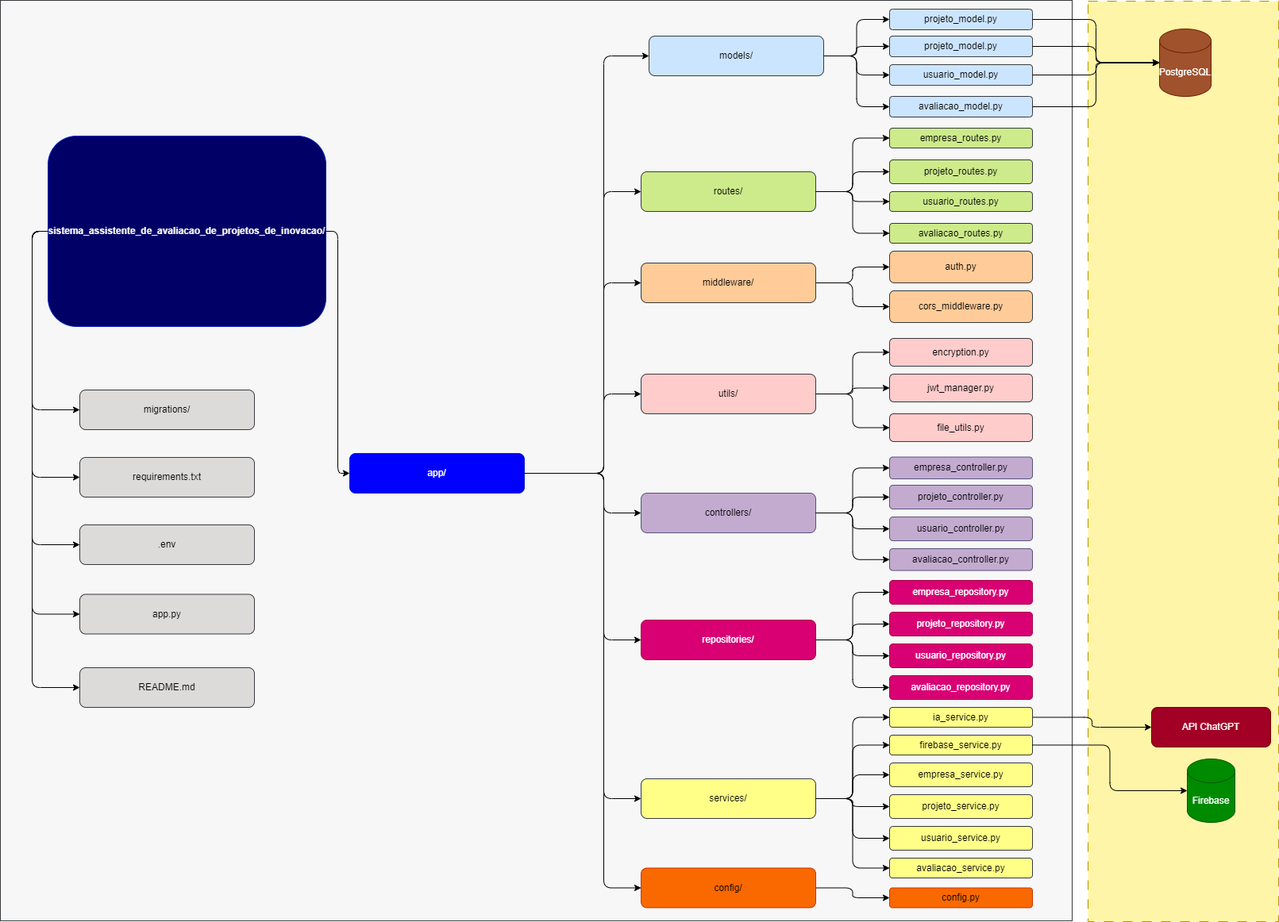
chat-softex/.github keeps this draw.io diagram as profile/diagrama_arquitetura_software_gestao_projetos_inovacao.png. Above is the earlier version. Source tidied: cells renumbered, new cells last; positions are measured from the earlier drawing's top-left corner, leaving out a move shared by most shapes.
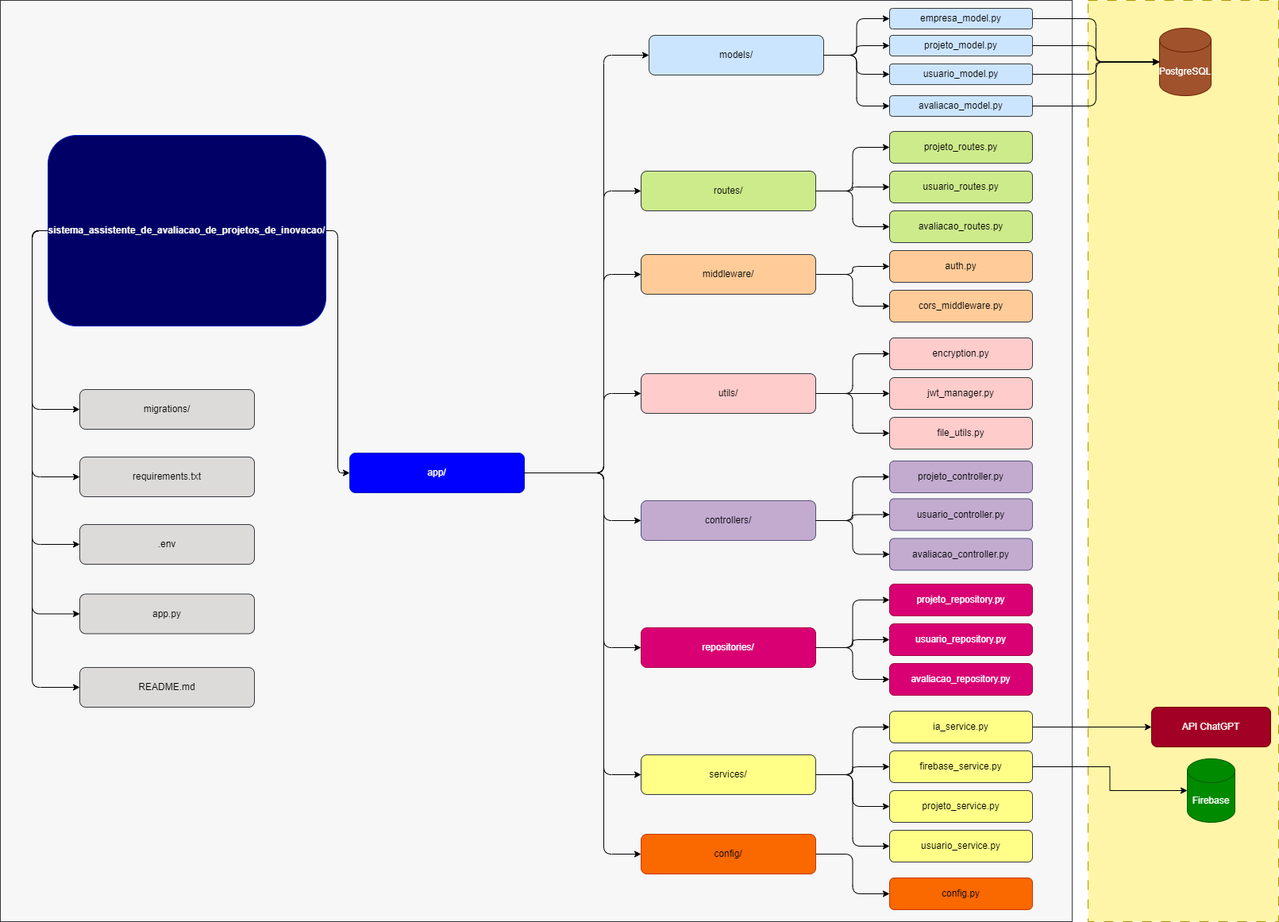
After the commit.

The edit, as a diff of the source:
```diff
@@ -6,7 +6,7 @@
       <mxGeometry x="1370" y="1" width="240" height="1160" as="geometry" />
     </mxCell>
     <mxCell id="3" style="rounded=0;whiteSpace=wrap;html=1;fillColor=#f7f7f7;strokeColor=#36393d;" parent="1" vertex="1">
-      <mxGeometry width="1350" height="1160" as="geometry" />
+      <mxGeometry y="1" width="1350" height="1160" as="geometry" />
     </mxCell>
     <mxCell id="4" style="edgeStyle=orthogonalEdgeStyle;rounded=1;jettySize=auto;html=1;entryX=0;entryY=0.5;entryDx=0;entryDy=0;exitX=0;exitY=0.5;exitDx=0;exitDy=0;curved=0;" parent="1" edge="1" source="9" target="70">
       <mxGeometry relative="1" as="geometry" />
@@ -30,7 +30,7 @@
       <mxGeometry relative="1" as="geometry">
         <Array as="points">
           <mxPoint x="760" y="596" />
-          <mxPoint x="760" y="806" />
+          <mxPoint x="760" y="816" />
         </Array>
       </mxGeometry>
     </mxCell>
@@ -46,9 +46,6 @@
     <mxCell id="14" value="models/" style="rounded=1;whiteSpace=wrap;html=1;fillColor=#cce5ff;strokeColor=#36393d;" parent="1" vertex="1">
       <mxGeometry x="817" y="45" width="220" height="50" as="geometry" />
     </mxCell>
-    <mxCell id="15" style="edgeStyle=orthogonalEdgeStyle;rounded=1;jettySize=auto;html=1;entryX=0;entryY=0.5;entryDx=0;entryDy=0;curved=0;" parent="1" edge="1" source="16" target="94">
-      <mxGeometry relative="1" as="geometry" />
-    </mxCell>
     <mxCell id="16" value="routes/" style="rounded=1;whiteSpace=wrap;html=1;fillColor=#cdeb8b;strokeColor=#36393d;" parent="1" vertex="1">
       <mxGeometry x="807" y="216" width="220" height="50" as="geometry" />
     </mxCell>
@@ -59,31 +56,22 @@
       <mxGeometry relative="1" as="geometry" />
     </mxCell>
     <mxCell id="19" value="middleware/" style="rounded=1;whiteSpace=wrap;html=1;fillColor=#ffcc99;strokeColor=#36393d;" parent="1" vertex="1">
-      <mxGeometry x="807" y="331" width="220" height="50" as="geometry" />
+      <mxGeometry x="807" y="321" width="220" height="50" as="geometry" />
     </mxCell>
     <mxCell id="20" value="utils/" style="rounded=1;whiteSpace=wrap;html=1;fillColor=#ffcccc;strokeColor=#36393d;" parent="1" vertex="1">
       <mxGeometry x="807" y="471" width="220" height="50" as="geometry" />
     </mxCell>
-    <mxCell id="21" style="edgeStyle=orthogonalEdgeStyle;rounded=1;jettySize=auto;html=1;entryX=0;entryY=0.5;entryDx=0;entryDy=0;curved=0;" parent="1" edge="1" source="22" target="95">
-      <mxGeometry relative="1" as="geometry" />
-    </mxCell>
     <mxCell id="22" value="controllers/" style="rounded=1;whiteSpace=wrap;html=1;fillColor=#C3ABD0;strokeColor=#56517e;" parent="1" vertex="1">
-      <mxGeometry x="807" y="621" width="220" height="50" as="geometry" />
+      <mxGeometry x="807" y="631" width="220" height="50" as="geometry" />
     </mxCell>
-    <mxCell id="23" style="edgeStyle=orthogonalEdgeStyle;rounded=1;jettySize=auto;html=1;curved=0;" parent="1" edge="1" source="25" target="98">
-      <mxGeometry relative="1" as="geometry" />
-    </mxCell>
-    <mxCell id="24" style="edgeStyle=orthogonalEdgeStyle;rounded=1;jettySize=auto;html=1;entryX=0;entryY=0.5;entryDx=0;entryDy=0;curved=0;" parent="1" edge="1" source="25" target="97">
-      <mxGeometry relative="1" as="geometry" />
-    </mxCell>
     <mxCell id="25" value="services/" style="rounded=1;whiteSpace=wrap;html=1;fillColor=#ffff88;strokeColor=#36393d;" parent="1" vertex="1">
-      <mxGeometry x="807" y="981" width="220" height="50" as="geometry" />
+      <mxGeometry x="807" y="951" width="220" height="50" as="geometry" />
     </mxCell>
     <mxCell id="26" style="edgeStyle=orthogonalEdgeStyle;rounded=1;jettySize=auto;html=1;entryX=0;entryY=0.5;entryDx=0;entryDy=0;curved=0;" parent="1" edge="1" source="27" target="84">
       <mxGeometry relative="1" as="geometry" />
     </mxCell>
     <mxCell id="27" value="config/" style="rounded=1;whiteSpace=wrap;html=1;fillColor=#fa6800;strokeColor=#C73500;fontColor=#000000;" parent="1" vertex="1">
-      <mxGeometry x="807" y="1093.5" width="220" height="50" as="geometry" />
+      <mxGeometry x="807" y="1051" width="220" height="50" as="geometry" />
     </mxCell>
     <mxCell id="28" style="edgeStyle=orthogonalEdgeStyle;rounded=1;exitX=1;exitY=0.5;entryX=0;entryY=0.5;" parent="1" edge="1" source="11" target="14">
       <mxGeometry relative="1" as="geometry">
@@ -105,7 +93,7 @@
       <mxGeometry relative="1" as="geometry">
         <Array as="points">
           <mxPoint x="760" y="596" />
-          <mxPoint x="760" y="356" />
+          <mxPoint x="760" y="346" />
         </Array>
       </mxGeometry>
     </mxCell>
@@ -121,7 +109,7 @@
       <mxGeometry relative="1" as="geometry">
         <Array as="points">
           <mxPoint x="760" y="596" />
-          <mxPoint x="760" y="646" />
+          <mxPoint x="760" y="656" />
         </Array>
       </mxGeometry>
     </mxCell>
@@ -129,7 +117,7 @@
       <mxGeometry relative="1" as="geometry">
         <Array as="points">
           <mxPoint x="760" y="596" />
-          <mxPoint x="760" y="1006" />
+          <mxPoint x="760" y="976" />
         </Array>
       </mxGeometry>
     </mxCell>
@@ -137,7 +125,7 @@
       <mxGeometry relative="1" as="geometry">
         <Array as="points">
           <mxPoint x="760" y="596" />
-          <mxPoint x="760" y="1119" />
+          <mxPoint x="760" y="1076" />
         </Array>
       </mxGeometry>
     </mxCell>
@@ -160,13 +148,13 @@
       <mxGeometry relative="1" as="geometry" />
     </mxCell>
     <mxCell id="41" value="projeto_routes.py" style="rounded=1;whiteSpace=wrap;html=1;fillColor=#cdeb8b;strokeColor=#36393d;" parent="1" vertex="1">
-      <mxGeometry x="1120" y="201" width="180" height="30" as="geometry" />
+      <mxGeometry x="1120" y="166" width="180" height="40" as="geometry" />
     </mxCell>
     <mxCell id="42" value="usuario_routes.py" style="rounded=1;whiteSpace=wrap;html=1;fillColor=#cdeb8b;strokeColor=#36393d;" parent="1" vertex="1">
-      <mxGeometry x="1120" y="241" width="180" height="25" as="geometry" />
+      <mxGeometry x="1120" y="216" width="180" height="40" as="geometry" />
     </mxCell>
     <mxCell id="43" value="avaliacao_routes.py" style="rounded=1;whiteSpace=wrap;html=1;fillColor=#cdeb8b;strokeColor=#36393d;" parent="1" vertex="1">
-      <mxGeometry x="1120" y="281" width="180" height="25" as="geometry" />
+      <mxGeometry x="1120" y="266" width="180" height="40" as="geometry" />
     </mxCell>
     <mxCell id="44" style="edgeStyle=orthogonalEdgeStyle;rounded=1;exitX=1;exitY=0.5;entryX=0;entryY=0.5;" parent="1" edge="1" source="16" target="41">
       <mxGeometry relative="1" as="geometry" />
@@ -184,13 +172,13 @@
       <mxGeometry relative="1" as="geometry" />
     </mxCell>
     <mxCell id="49" value="encryption.py" style="rounded=1;whiteSpace=wrap;html=1;fillColor=#ffcccc;strokeColor=#36393d;" parent="1" vertex="1">
-      <mxGeometry x="1120" y="426" width="180" height="35" as="geometry" />
+      <mxGeometry x="1120" y="426" width="180" height="40" as="geometry" />
     </mxCell>
     <mxCell id="50" value="jwt_manager.py" style="rounded=1;whiteSpace=wrap;html=1;fillColor=#ffcccc;strokeColor=#36393d;" parent="1" vertex="1">
-      <mxGeometry x="1120" y="471" width="180" height="35" as="geometry" />
+      <mxGeometry x="1120" y="476" width="180" height="40" as="geometry" />
     </mxCell>
     <mxCell id="51" value="file_utils.py" style="rounded=1;whiteSpace=wrap;html=1;fillColor=#ffcccc;strokeColor=#36393d;" parent="1" vertex="1">
-      <mxGeometry x="1120" y="521" width="180" height="35" as="geometry" />
+      <mxGeometry x="1120" y="526" width="180" height="40" as="geometry" />
     </mxCell>
     <mxCell id="52" style="edgeStyle=orthogonalEdgeStyle;rounded=1;exitX=1;exitY=0.5;entryX=0;entryY=0.5;" parent="1" edge="1" source="20" target="49">
       <mxGeometry relative="1" as="geometry" />
@@ -202,13 +190,13 @@
       <mxGeometry relative="1" as="geometry" />
     </mxCell>
     <mxCell id="55" value="projeto_controller.py" style="rounded=1;whiteSpace=wrap;html=1;fillColor=#C3ABD0;strokeColor=#56517e;" parent="1" vertex="1">
-      <mxGeometry x="1120" y="611" width="180" height="30" as="geometry" />
+      <mxGeometry x="1120" y="581" width="180" height="40" as="geometry" />
     </mxCell>
     <mxCell id="56" value="usuario_controller.py" style="rounded=1;whiteSpace=wrap;html=1;fillColor=#C3ABD0;strokeColor=#56517e;" parent="1" vertex="1">
-      <mxGeometry x="1120" y="651" width="180" height="30" as="geometry" />
+      <mxGeometry x="1120" y="628.5" width="180" height="40" as="geometry" />
     </mxCell>
     <mxCell id="57" value="avaliacao_controller.py" style="rounded=1;whiteSpace=wrap;html=1;fillColor=#C3ABD0;strokeColor=#56517e;" parent="1" vertex="1">
-      <mxGeometry x="1120" y="691" width="180" height="27.5" as="geometry" />
+      <mxGeometry x="1120" y="678.5" width="180" height="40" as="geometry" />
     </mxCell>
     <mxCell id="58" style="edgeStyle=orthogonalEdgeStyle;rounded=1;exitX=1;exitY=0.5;entryX=0;entryY=0.5;" parent="1" edge="1" source="22" target="55">
       <mxGeometry relative="1" as="geometry" />
@@ -219,20 +207,20 @@
     <mxCell id="60" style="edgeStyle=orthogonalEdgeStyle;rounded=1;exitX=1;exitY=0.5;entryX=0;entryY=0.5;" parent="1" edge="1" source="22" target="57">
       <mxGeometry relative="1" as="geometry" />
     </mxCell>
-    <mxCell id="61" style="edgeStyle=orthogonalEdgeStyle;rounded=1;jettySize=auto;html=1;entryX=0;entryY=0.5;entryDx=0;entryDy=0;curved=0;" parent="1" edge="1" source="62" target="85">
+    <mxCell id="61" style="edgeStyle=orthogonalEdgeStyle;rounded=0;jettySize=auto;html=1;entryX=0;entryY=0.5;entryDx=0;entryDy=0;" parent="1" edge="1" source="62" target="85">
       <mxGeometry relative="1" as="geometry" />
     </mxCell>
     <mxCell id="62" value="ia_service.py" style="rounded=1;whiteSpace=wrap;html=1;fillColor=#ffff88;strokeColor=#36393d;" parent="1" vertex="1">
-      <mxGeometry x="1120" y="891" width="180" height="25" as="geometry" />
+      <mxGeometry x="1120" y="896" width="180" height="40" as="geometry" />
     </mxCell>
     <mxCell id="63" value="firebase_service.py" style="rounded=1;whiteSpace=wrap;html=1;fillColor=#ffff88;strokeColor=#36393d;" parent="1" vertex="1">
-      <mxGeometry x="1120" y="926" width="180" height="25" as="geometry" />
+      <mxGeometry x="1120" y="946" width="180" height="40" as="geometry" />
     </mxCell>
-    <mxCell id="64" value="usuario_service.py" style="rounded=1;whiteSpace=wrap;html=1;fillColor=#ffff88;strokeColor=#36393d;" parent="1" vertex="1">
-      <mxGeometry x="1120" y="1041" width="180" height="30" as="geometry" />
+    <mxCell id="64" value="projeto_service.py" style="rounded=1;whiteSpace=wrap;html=1;fillColor=#ffff88;strokeColor=#36393d;" parent="1" vertex="1">
+      <mxGeometry x="1120" y="996" width="180" height="40" as="geometry" />
     </mxCell>
-    <mxCell id="65" value="avaliacao_service.py" style="rounded=1;whiteSpace=wrap;html=1;fillColor=#ffff88;strokeColor=#36393d;" parent="1" vertex="1">
-      <mxGeometry x="1120" y="1081" width="180" height="25" as="geometry" />
+    <mxCell id="65" value="usuario_service.py" style="rounded=1;whiteSpace=wrap;html=1;fillColor=#ffff88;strokeColor=#36393d;" parent="1" vertex="1">
+      <mxGeometry x="1120" y="1046" width="180" height="40" as="geometry" />
     </mxCell>
     <mxCell id="66" style="edgeStyle=orthogonalEdgeStyle;rounded=1;exitX=1;exitY=0.5;entryX=0;entryY=0.5;" parent="1" edge="1" source="25" target="62">
       <mxGeometry relative="1" as="geometry" />
@@ -261,20 +249,17 @@
     <mxCell id="74" value="README.md" style="rounded=1;whiteSpace=wrap;html=1;fillColor=#DDDADA;strokeColor=#36393d;" parent="1" vertex="1">
       <mxGeometry x="100" y="841" width="220" height="50" as="geometry" />
     </mxCell>
-    <mxCell id="75" style="edgeStyle=orthogonalEdgeStyle;rounded=1;jettySize=auto;html=1;entryX=0;entryY=0.5;entryDx=0;entryDy=0;curved=0;" parent="1" edge="1" source="76" target="96">
-      <mxGeometry relative="1" as="geometry" />
-    </mxCell>
     <mxCell id="76" value="repositories/" style="rounded=1;whiteSpace=wrap;html=1;fillColor=#d80073;strokeColor=#A50040;fontColor=#ffffff;" parent="1" vertex="1">
-      <mxGeometry x="807" y="781" width="220" height="50" as="geometry" />
+      <mxGeometry x="807" y="791" width="220" height="50" as="geometry" />
     </mxCell>
     <mxCell id="77" value="projeto_repository.py" style="rounded=1;whiteSpace=wrap;html=1;fillColor=#d80073;strokeColor=#A50040;fontColor=#ffffff;" parent="1" vertex="1">
-      <mxGeometry x="1120" y="771" width="180" height="30" as="geometry" />
+      <mxGeometry x="1120" y="736" width="180" height="40" as="geometry" />
     </mxCell>
     <mxCell id="78" value="usuario_repository.py" style="rounded=1;whiteSpace=wrap;html=1;fillColor=#d80073;strokeColor=#A50040;fontColor=#ffffff;" parent="1" vertex="1">
-      <mxGeometry x="1120" y="811" width="180" height="30" as="geometry" />
+      <mxGeometry x="1120" y="786" width="180" height="40" as="geometry" />
     </mxCell>
     <mxCell id="79" value="avaliacao_repository.py" style="rounded=1;whiteSpace=wrap;html=1;fillColor=#d80073;strokeColor=#A50040;fontColor=#ffffff;" parent="1" vertex="1">
-      <mxGeometry x="1120" y="851" width="180" height="30" as="geometry" />
+      <mxGeometry x="1120" y="836" width="180" height="40" as="geometry" />
     </mxCell>
     <mxCell id="80" style="edgeStyle=orthogonalEdgeStyle;rounded=1;exitX=1;exitY=0.5;entryX=0;entryY=0.5;" parent="1" edge="1" source="76" target="77">
       <mxGeometry relative="1" as="geometry" />
@@ -289,7 +274,7 @@
       <mxGeometry x="1120" y="366" width="180" height="40" as="geometry" />
     </mxCell>
     <mxCell id="84" value="config.py" style="rounded=1;whiteSpace=wrap;html=1;fillColor=#fa6800;strokeColor=#C73500;fontColor=#000000;" parent="1" vertex="1">
-      <mxGeometry x="1120" y="1118.5" width="180" height="25" as="geometry" />
+      <mxGeometry x="1120" y="1106" width="180" height="40" as="geometry" />
     </mxCell>
     <mxCell id="85" value="API ChatGPT" style="rounded=1;whiteSpace=wrap;html=1;fillColor=#a20025;fontColor=#ffffff;strokeColor=#6F0000;" parent="1" vertex="1">
       <mxGeometry x="1450" y="891" width="150" height="50" as="geometry" />
@@ -297,13 +282,13 @@
     <mxCell id="86" value="Firebase" style="shape=cylinder3;whiteSpace=wrap;html=1;boundedLbl=1;backgroundOutline=1;size=15;fillColor=#008a00;fontColor=#ffffff;strokeColor=#005700;" parent="1" vertex="1">
       <mxGeometry x="1495" y="956" width="60" height="80" as="geometry" />
     </mxCell>
-    <mxCell id="87" style="edgeStyle=orthogonalEdgeStyle;rounded=1;jettySize=auto;html=1;entryX=0;entryY=0.5;entryDx=0;entryDy=0;entryPerimeter=0;curved=0;" parent="1" edge="1" source="63" target="86">
+    <mxCell id="87" style="edgeStyle=orthogonalEdgeStyle;rounded=0;jettySize=auto;html=1;entryX=0;entryY=0.5;entryDx=0;entryDy=0;entryPerimeter=0;" parent="1" edge="1" source="63" target="86">
       <mxGeometry relative="1" as="geometry" />
     </mxCell>
     <mxCell id="88" value="PostgreSQL" style="shape=cylinder3;whiteSpace=wrap;html=1;boundedLbl=1;backgroundOutline=1;size=15;fillColor=#a0522d;fontColor=#ffffff;strokeColor=#6D1F00;" parent="1" vertex="1">
       <mxGeometry x="1460" y="36" width="65" height="85" as="geometry" />
     </mxCell>
-    <mxCell id="89" value="projeto_model.py" style="rounded=1;whiteSpace=wrap;html=1;fillColor=#cce5ff;strokeColor=#36393d;" parent="1" vertex="1">
+    <mxCell id="89" value="empresa_model.py" style="rounded=1;whiteSpace=wrap;html=1;fillColor=#cce5ff;strokeColor=#36393d;" parent="1" vertex="1">
       <mxGeometry x="1120" y="11" width="180" height="26" as="geometry" />
     </mxCell>
     <mxCell id="90" style="edgeStyle=orthogonalEdgeStyle;rounded=1;jettySize=auto;html=1;entryX=0;entryY=0.5;entryDx=0;entryDy=0;entryPerimeter=0;curved=0;" parent="1" edge="1" source="89" target="88">
@@ -318,20 +303,5 @@
     <mxCell id="93" style="edgeStyle=orthogonalEdgeStyle;rounded=1;jettySize=auto;html=1;entryX=0;entryY=0.5;entryDx=0;entryDy=0;entryPerimeter=0;curved=0;" parent="1" edge="1" source="37" target="88">
       <mxGeometry relative="1" as="geometry" />
     </mxCell>
-    <mxCell id="94" value="empresa_routes.py" style="rounded=1;whiteSpace=wrap;html=1;fillColor=#cdeb8b;strokeColor=#36393d;" parent="1" vertex="1">
-      <mxGeometry x="1120" y="161" width="180" height="25" as="geometry" />
-    </mxCell>
-    <mxCell id="95" value="empresa_controller.py" style="rounded=1;whiteSpace=wrap;html=1;fillColor=#C3ABD0;strokeColor=#56517e;" parent="1" vertex="1">
-      <mxGeometry x="1120" y="575.5" width="180" height="27.5" as="geometry" />
-    </mxCell>
-    <mxCell id="96" value="empresa_repository.py" style="rounded=1;whiteSpace=wrap;html=1;fillColor=#d80073;strokeColor=#A50040;fontColor=#ffffff;" parent="1" vertex="1">
-      <mxGeometry x="1120" y="731" width="180" height="30" as="geometry" />
-    </mxCell>
-    <mxCell id="97" value="projeto_service.py" style="rounded=1;whiteSpace=wrap;html=1;fillColor=#ffff88;strokeColor=#36393d;" parent="1" vertex="1">
-      <mxGeometry x="1120" y="1001" width="180" height="30" as="geometry" />
-    </mxCell>
-    <mxCell id="98" value="empresa_service.py" style="rounded=1;whiteSpace=wrap;html=1;fillColor=#ffff88;strokeColor=#36393d;" parent="1" vertex="1">
-      <mxGeometry x="1120" y="961" width="180" height="30" as="geometry" />
-    </mxCell>
   </root>
 </mxGraphModel>
```
